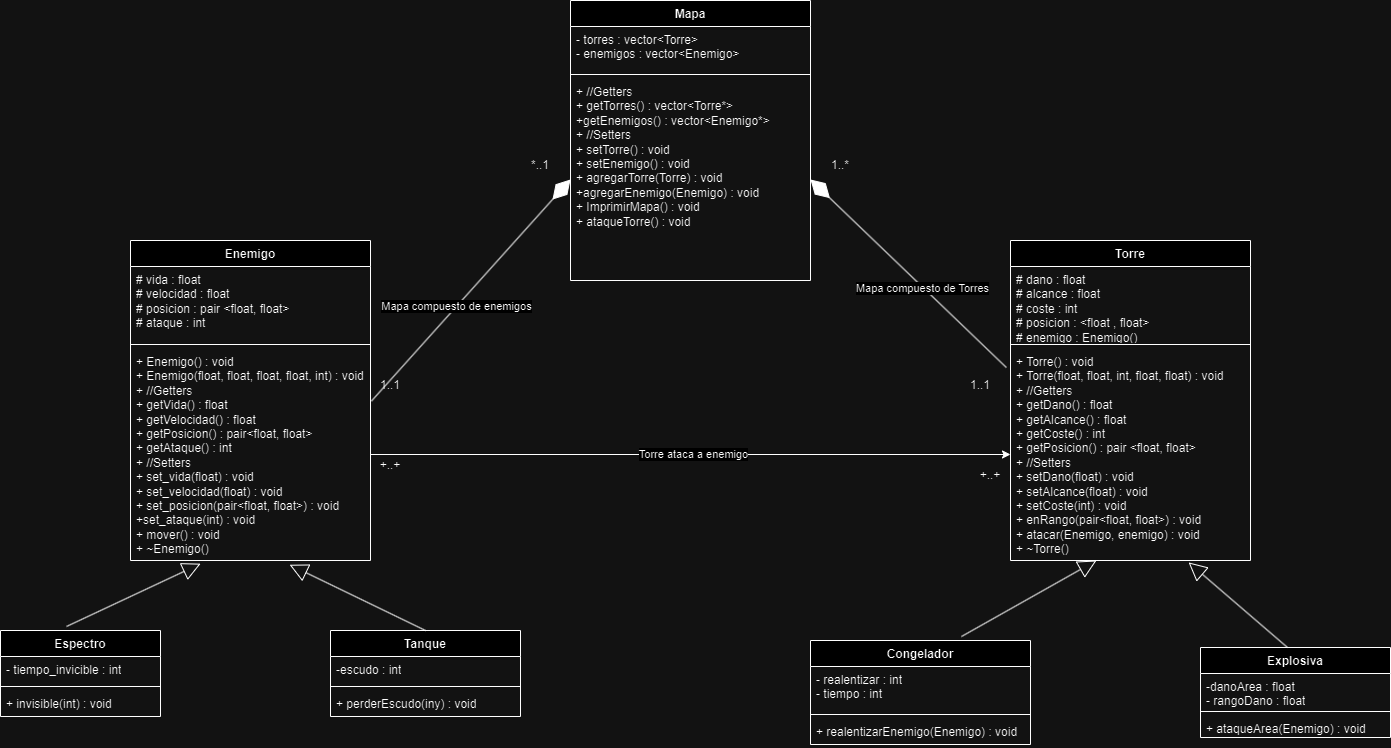
Earlier version of the draw.io export defensas-Arcaicas.drawio.png (M4nsi00/Defensas-Arcaicas). Source tidied: cells renumbered, new cells last; positions are measured from the earlier drawing's top-left corner, leaving out a move shared by most shapes.
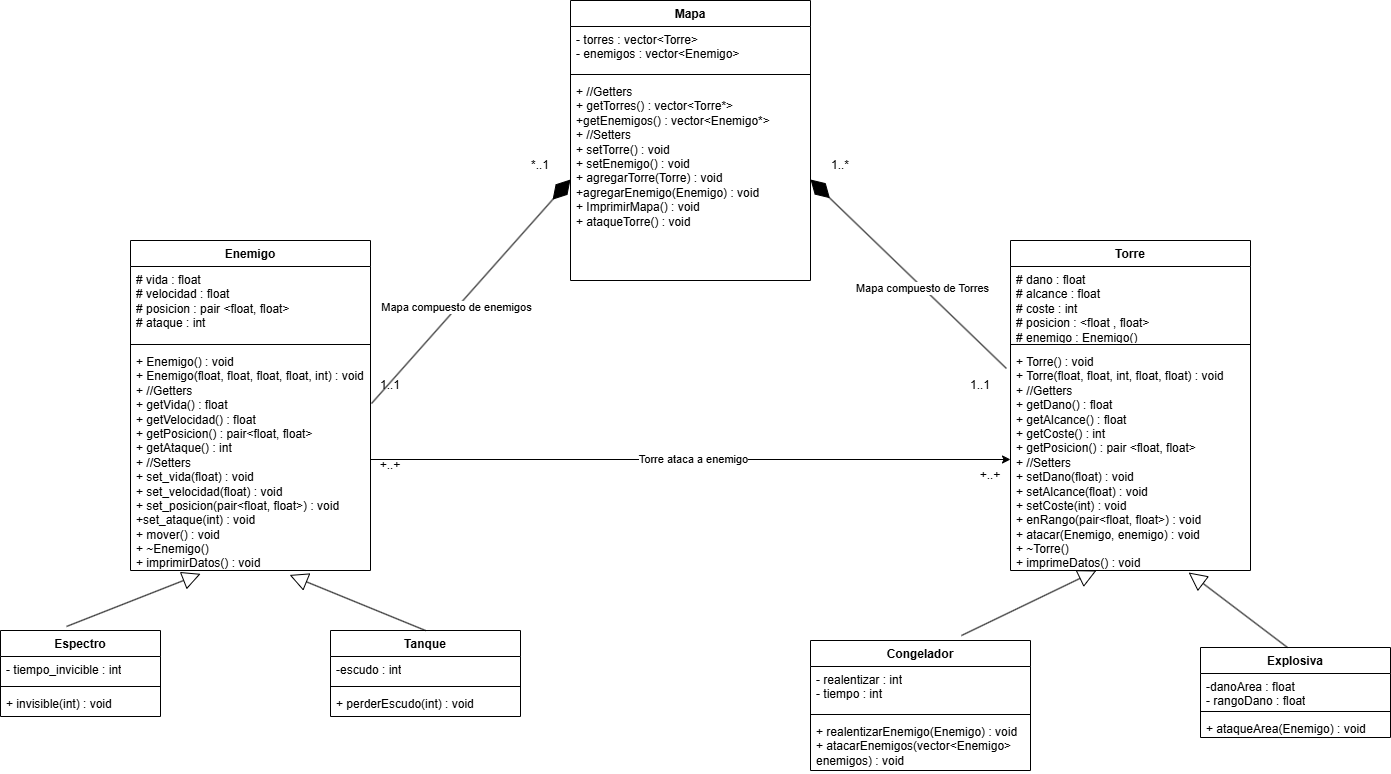
Later version of the same file.

Commit message:
Se hicieron algunos cambios para darle coerencia con el programa

The edit, as a diff of the source:
```diff
@@ -15,7 +15,7 @@
       <mxGeometry y="78" width="240" height="202" as="geometry" />
     </mxCell>
     <mxCell id="6" value="Enemigo" style="swimlane;fontStyle=1;align=center;verticalAlign=top;horizontal=1;startSize=26;whiteSpace=wrap;html=1;" parent="1" vertex="1">
-      <mxGeometry x="130" y="240" width="240" height="320" as="geometry" />
+      <mxGeometry x="130" y="240" width="240" height="330" as="geometry" />
     </mxCell>
     <mxCell id="7" value="# vida : float&lt;div&gt;# velocidad : float&lt;/div&gt;&lt;div&gt;# posicion : pair &amp;lt;float, float&amp;gt;&lt;/div&gt;&lt;div&gt;# ataque : int&lt;/div&gt;" style="text;strokeColor=none;fillColor=none;align=left;verticalAlign=top;spacingLeft=4;spacingRight=4;overflow=hidden;whiteSpace=wrap;html=1;" parent="6" vertex="1">
       <mxGeometry y="26" width="240" height="74" as="geometry" />
@@ -23,8 +23,8 @@
     <mxCell id="8" style="line;strokeWidth=1;fillColor=none;align=left;verticalAlign=middle;spacingTop=-1;spacingLeft=3;spacingRight=3;labelPosition=right;strokeColor=inherit;" parent="6" vertex="1">
       <mxGeometry y="100" width="240" height="8" as="geometry" />
     </mxCell>
-    <mxCell id="9" value="+ Enemigo() : void&lt;div&gt;+ Enemigo(float, float, float, float, int) : void&lt;/div&gt;&lt;div&gt;+ //Getters&lt;/div&gt;&lt;div&gt;+ getVida() : float&lt;/div&gt;&lt;div&gt;+ getVelocidad() : float&lt;/div&gt;&lt;div&gt;+ getPosicion() : pair&amp;lt;float, float&amp;gt;&lt;/div&gt;&lt;div&gt;+ getAtaque() : int&lt;/div&gt;&lt;div&gt;+ //Setters&lt;/div&gt;&lt;div&gt;+ set_vida(float) : void&lt;/div&gt;&lt;div&gt;+ set_velocidad(float) : void&lt;/div&gt;&lt;div&gt;+ set_posicion(pair&amp;lt;float, float&amp;gt;) : void&lt;/div&gt;&lt;div&gt;+set_ataque(int) : void&lt;/div&gt;&lt;div&gt;+ mover() : void&lt;/div&gt;&lt;div&gt;+ ~Enemigo()&lt;br&gt;&lt;/div&gt;" style="text;strokeColor=none;fillColor=none;align=left;verticalAlign=top;spacingLeft=4;spacingRight=4;overflow=hidden;points=[[0,0.5],[1,0.5]];portConstraint=eastwest;whiteSpace=wrap;html=1;" parent="6" vertex="1">
-      <mxGeometry y="108" width="240" height="212" as="geometry" />
+    <mxCell id="9" value="+ Enemigo() : void&lt;div&gt;+ Enemigo(float, float, float, float, int) : void&lt;/div&gt;&lt;div&gt;+ //Getters&lt;/div&gt;&lt;div&gt;+ getVida() : float&lt;/div&gt;&lt;div&gt;+ getVelocidad() : float&lt;/div&gt;&lt;div&gt;+ getPosicion() : pair&amp;lt;float, float&amp;gt;&lt;/div&gt;&lt;div&gt;+ getAtaque() : int&lt;/div&gt;&lt;div&gt;+ //Setters&lt;/div&gt;&lt;div&gt;+ set_vida(float) : void&lt;/div&gt;&lt;div&gt;+ set_velocidad(float) : void&lt;/div&gt;&lt;div&gt;+ set_posicion(pair&amp;lt;float, float&amp;gt;) : void&lt;/div&gt;&lt;div&gt;+set_ataque(int) : void&lt;/div&gt;&lt;div&gt;+ mover() : void&lt;/div&gt;&lt;div&gt;+ ~Enemigo()&lt;br&gt;&lt;/div&gt;&lt;div&gt;+ imprimirDatos() : void&lt;/div&gt;" style="text;strokeColor=none;fillColor=none;align=left;verticalAlign=top;spacingLeft=4;spacingRight=4;overflow=hidden;points=[[0,0.5],[1,0.5]];portConstraint=eastwest;whiteSpace=wrap;html=1;" parent="6" vertex="1">
+      <mxGeometry y="108" width="240" height="222" as="geometry" />
     </mxCell>
     <mxCell id="10" style="endArrow=diamondThin;endFill=1;endSize=24;html=1;rounded=0;entryX=0;entryY=0.5;entryDx=0;entryDy=0;exitX=1.004;exitY=0.248;exitDx=0;exitDy=0;exitPerimeter=0;" parent="1" edge="1" source="9" target="5">
       <mxGeometry relative="1" as="geometry" />
@@ -39,7 +39,7 @@
       <mxGeometry x="510" y="150" width="60" height="30" as="geometry" />
     </mxCell>
     <mxCell id="14" value="Torre" style="swimlane;fontStyle=1;align=center;verticalAlign=top;horizontal=1;startSize=26;whiteSpace=wrap;html=1;" parent="1" vertex="1">
-      <mxGeometry x="1010" y="240" width="240" height="320" as="geometry" />
+      <mxGeometry x="1010" y="240" width="240" height="330" as="geometry" />
     </mxCell>
     <mxCell id="15" value="# dano : float&lt;div&gt;# alcance : float&lt;/div&gt;&lt;div&gt;# coste : int&lt;/div&gt;&lt;div&gt;# posicion : &amp;lt;float , float&amp;gt;&lt;/div&gt;&lt;div&gt;# enemigo : Enemigo()&lt;/div&gt;" style="text;strokeColor=none;fillColor=none;align=left;verticalAlign=top;spacingLeft=4;spacingRight=4;overflow=hidden;whiteSpace=wrap;html=1;" parent="14" vertex="1">
       <mxGeometry y="26" width="240" height="74" as="geometry" />
@@ -47,8 +47,8 @@
     <mxCell id="16" style="line;strokeWidth=1;fillColor=none;align=left;verticalAlign=middle;spacingTop=-1;spacingLeft=3;spacingRight=3;labelPosition=right;strokeColor=inherit;" parent="14" vertex="1">
       <mxGeometry y="100" width="240" height="8" as="geometry" />
     </mxCell>
-    <mxCell id="17" value="+ Torre() : void&lt;div&gt;+ Torre(float, float, int, float, float) : void&lt;/div&gt;&lt;div&gt;+ //Getters&lt;/div&gt;&lt;div&gt;+ getDano() : float&lt;/div&gt;&lt;div&gt;+ getAlcance() : float&lt;/div&gt;&lt;div&gt;+ getCoste() : int&lt;/div&gt;&lt;div&gt;+ getPosicion() : pair &amp;lt;float, float&amp;gt;&lt;/div&gt;&lt;div&gt;+ //Setters&lt;/div&gt;&lt;div&gt;+ setDano(float) : void&lt;/div&gt;&lt;div&gt;+ setAlcance(float) : void&lt;/div&gt;&lt;div&gt;+ setCoste(int) : void&lt;/div&gt;&lt;div&gt;+ enRango(pair&amp;lt;float, float&amp;gt;) : void&lt;/div&gt;&lt;div&gt;+ atacar(Enemigo, enemigo) : void&lt;/div&gt;&lt;div&gt;+ ~Torre()&lt;br&gt;&lt;/div&gt;" style="text;strokeColor=none;fillColor=none;align=left;verticalAlign=top;spacingLeft=4;spacingRight=4;overflow=hidden;points=[[0,0.5],[1,0.5]];portConstraint=eastwest;whiteSpace=wrap;html=1;" parent="14" vertex="1">
-      <mxGeometry y="108" width="240" height="212" as="geometry" />
+    <mxCell id="17" value="+ Torre() : void&lt;div&gt;+ Torre(float, float, int, float, float) : void&lt;/div&gt;&lt;div&gt;+ //Getters&lt;/div&gt;&lt;div&gt;+ getDano() : float&lt;/div&gt;&lt;div&gt;+ getAlcance() : float&lt;/div&gt;&lt;div&gt;+ getCoste() : int&lt;/div&gt;&lt;div&gt;+ getPosicion() : pair &amp;lt;float, float&amp;gt;&lt;/div&gt;&lt;div&gt;+ //Setters&lt;/div&gt;&lt;div&gt;+ setDano(float) : void&lt;/div&gt;&lt;div&gt;+ setAlcance(float) : void&lt;/div&gt;&lt;div&gt;+ setCoste(int) : void&lt;/div&gt;&lt;div&gt;+ enRango(pair&amp;lt;float, float&amp;gt;) : void&lt;/div&gt;&lt;div&gt;+ atacar(Enemigo, enemigo) : void&lt;/div&gt;&lt;div&gt;+ ~Torre()&lt;br&gt;&lt;/div&gt;&lt;div&gt;+ imprimeDatos() : void&lt;/div&gt;" style="text;strokeColor=none;fillColor=none;align=left;verticalAlign=top;spacingLeft=4;spacingRight=4;overflow=hidden;points=[[0,0.5],[1,0.5]];portConstraint=eastwest;whiteSpace=wrap;html=1;" parent="14" vertex="1">
+      <mxGeometry y="108" width="240" height="222" as="geometry" />
     </mxCell>
     <mxCell id="18" style="endArrow=diamondThin;endFill=1;endSize=24;html=1;rounded=0;entryX=1;entryY=0.5;entryDx=0;entryDy=0;exitX=-0.017;exitY=0.09;exitDx=0;exitDy=0;exitPerimeter=0;" parent="1" edge="1" source="17" target="5">
       <mxGeometry relative="1" as="geometry" />
@@ -83,7 +83,7 @@
     <mxCell id="28" style="line;strokeWidth=1;fillColor=none;align=left;verticalAlign=middle;spacingTop=-1;spacingLeft=3;spacingRight=3;labelPosition=right;strokeColor=inherit;" parent="26" vertex="1">
       <mxGeometry y="52" width="190" height="8" as="geometry" />
     </mxCell>
-    <mxCell id="29" value="+ perderEscudo(iny) : void" style="text;strokeColor=none;fillColor=none;align=left;verticalAlign=top;spacingLeft=4;spacingRight=4;overflow=hidden;whiteSpace=wrap;html=1;" parent="26" vertex="1">
+    <mxCell id="29" value="+ perderEscudo(int) : void" style="text;strokeColor=none;fillColor=none;align=left;verticalAlign=top;spacingLeft=4;spacingRight=4;overflow=hidden;whiteSpace=wrap;html=1;" parent="26" vertex="1">
       <mxGeometry y="60" width="190" height="26" as="geometry" />
     </mxCell>
     <mxCell id="30" value="Explosiva" style="swimlane;fontStyle=1;align=center;verticalAlign=top;horizontal=1;startSize=26;whiteSpace=wrap;html=1;" parent="1" vertex="1">
@@ -99,7 +99,7 @@
       <mxGeometry y="68" width="190" height="22" as="geometry" />
     </mxCell>
     <mxCell id="34" value="Congelador" style="swimlane;fontStyle=1;align=center;verticalAlign=top;horizontal=1;startSize=26;whiteSpace=wrap;html=1;" parent="1" vertex="1">
-      <mxGeometry x="810" y="640" width="220" height="104" as="geometry" />
+      <mxGeometry x="810" y="640" width="220" height="130" as="geometry" />
     </mxCell>
     <mxCell id="35" value="- realentizar : int&lt;div&gt;- tiempo : int&lt;/div&gt;" style="text;strokeColor=none;fillColor=none;align=left;verticalAlign=top;spacingLeft=4;spacingRight=4;overflow=hidden;whiteSpace=wrap;html=1;" parent="34" vertex="1">
       <mxGeometry y="26" width="220" height="44" as="geometry" />
@@ -107,8 +107,8 @@
     <mxCell id="36" style="line;strokeWidth=1;fillColor=none;align=left;verticalAlign=middle;spacingTop=-1;spacingLeft=3;spacingRight=3;labelPosition=right;strokeColor=inherit;" parent="34" vertex="1">
       <mxGeometry y="70" width="220" height="8" as="geometry" />
     </mxCell>
-    <mxCell id="37" value="+ realentizarEnemigo(Enemigo) : void" style="text;strokeColor=none;fillColor=none;align=left;verticalAlign=top;spacingLeft=4;spacingRight=4;overflow=hidden;whiteSpace=wrap;html=1;" parent="34" vertex="1">
-      <mxGeometry y="78" width="220" height="26" as="geometry" />
+    <mxCell id="37" value="+ realentizarEnemigo(Enemigo) : void&lt;div&gt;+ atacarEnemigos(vector&amp;lt;Enemigo&amp;gt; enemigos) : void&lt;/div&gt;" style="text;strokeColor=none;fillColor=none;align=left;verticalAlign=top;spacingLeft=4;spacingRight=4;overflow=hidden;whiteSpace=wrap;html=1;" parent="34" vertex="1">
+      <mxGeometry y="78" width="220" height="52" as="geometry" />
     </mxCell>
     <mxCell id="38" style="edgeStyle=orthogonalEdgeStyle;rounded=0;jettySize=auto;html=1;" parent="1" edge="1" source="9" target="17">
       <mxGeometry relative="1" as="geometry" />
```
